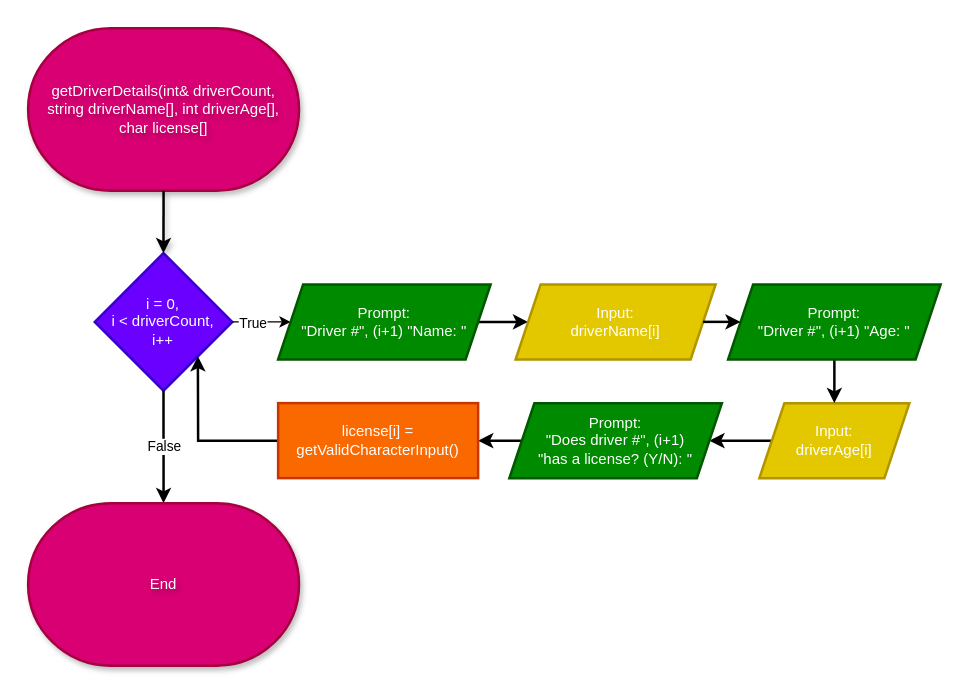
The draw.io diagram Flowcharts (draw.io)/11. getDriverDetails.drawio in shahxvi/csc126-group-project, before the edit. Source tidied: cells renumbered, new cells numbered last; positions are measured from the earlier drawing's top-left corner, leaving out a move shared by most shapes. Both pictures are drawn from the tidied source at 125%, with x=0, y=0 at pixel (28, 28).
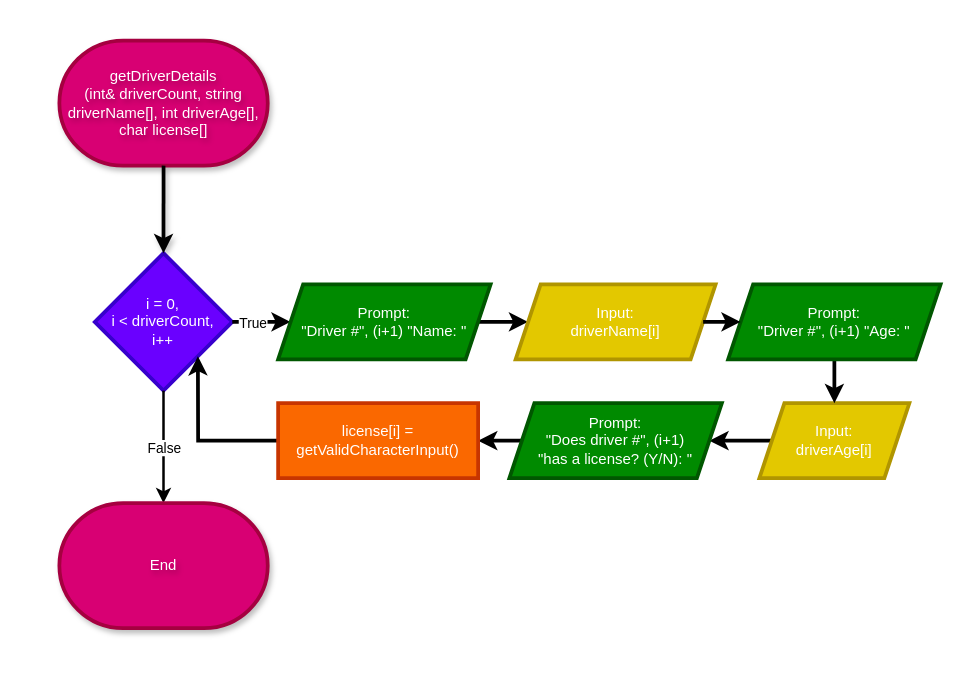
The same diagram, later.

The edit, as a diff of the source:
```diff
@@
-    <mxCell id="2" value="getDriverDetails(int&amp;amp; driverCount,&lt;br&gt;string driverName[], int driverAge[],&lt;br&gt;char license[]" style="strokeWidth=2;html=1;shape=mxgraph.flowchart.terminator;whiteSpace=wrap;fillColor=#d80073;strokeColor=#A50040;shadow=1;fontColor=#ffffff;textShadow=1;spacing=2;" parent="1" vertex="1">
-      <mxGeometry width="216.7" height="130" as="geometry" />
+    <mxCell id="2" value="getDriverDetails&lt;br&gt;(int&amp;amp; driverCount, string driverName[], int driverAge[],&lt;br&gt;char license[]" style="strokeWidth=3;html=1;shape=mxgraph.flowchart.terminator;whiteSpace=wrap;fillColor=#d80073;strokeColor=#A50040;shadow=1;fontColor=#ffffff;textShadow=1;spacing=2;" parent="1" vertex="1">
+      <mxGeometry x="25" y="10" width="166.7" height="100" as="geometry" />
     </mxCell>
-    <mxCell id="3" value="i = 0,&lt;br&gt;i &amp;lt; driverCount,&lt;br&gt;i++" style="rhombus;whiteSpace=wrap;html=1;strokeWidth=2;fillColor=#6a00ff;fontColor=#ffffff;strokeColor=#3700CC;" parent="1" vertex="1">
+    <mxCell id="3" value="i = 0,&lt;br&gt;i &amp;lt; driverCount,&lt;br&gt;i++" style="rhombus;whiteSpace=wrap;html=1;strokeWidth=3;fillColor=#6a00ff;fontColor=#ffffff;strokeColor=#3700CC;" parent="1" vertex="1">
       <mxGeometry x="53.3" y="180" width="110" height="110" as="geometry" />
     </mxCell>
-    <mxCell id="4" style="edgeStyle=none;html=1;strokeWidth=2;shadow=1;textShadow=1;spacing=2;entryX=0.5;entryY=0;entryDx=0;entryDy=0;exitX=0.5;exitY=1;exitDx=0;exitDy=0;exitPerimeter=0;" parent="1" edge="1" source="2" target="3">
+    <mxCell id="4" style="edgeStyle=none;html=1;strokeWidth=3;shadow=1;textShadow=1;spacing=2;entryX=0.5;entryY=0;entryDx=0;entryDy=0;exitX=0.5;exitY=1;exitDx=0;exitDy=0;exitPerimeter=0;" parent="1" edge="1" source="2" target="3">
       <mxGeometry relative="1" as="geometry" />
     </mxCell>
-    <mxCell id="5" style="endArrow=classic;html=1;exitX=1;exitY=0.5;exitDx=0;exitDy=0;entryX=0;entryY=0.5;entryDx=0;entryDy=0;" parent="1" edge="1" source="3" target="10">
+    <mxCell id="5" style="endArrow=classic;html=1;exitX=1;exitY=0.5;exitDx=0;exitDy=0;entryX=0;entryY=0.5;entryDx=0;entryDy=0;strokeWidth=3;" parent="1" edge="1" source="3" target="10">
       <mxGeometry relative="1" as="geometry" />
     </mxCell>
@@
-    <mxCell id="7" style="endArrow=classic;html=1;entryX=0.5;entryY=0;entryDx=0;entryDy=0;entryPerimeter=0;exitX=0.5;exitY=1;exitDx=0;exitDy=0;strokeWidth=2;" parent="1" edge="1" source="3" target="21">
-      <mxGeometry relative="1" as="geometry" />
+    <mxCell id="7" style="endArrow=classic;html=1;entryX=0.5;entryY=0;entryDx=0;entryDy=0;entryPerimeter=0;exitX=0.5;exitY=1;exitDx=0;exitDy=0;strokeWidth=2;" parent="1" edge="1" source="3">
+      <mxGeometry relative="1" as="geometry">
+        <mxPoint x="108.3" y="380" as="targetPoint" />
+      </mxGeometry>
     </mxCell>
@@
-    <mxCell id="9" style="edgeStyle=none;html=1;strokeWidth=2;" parent="1" edge="1" source="10" target="17">
+    <mxCell id="9" style="edgeStyle=none;html=1;strokeWidth=3;" parent="1" edge="1" source="10" target="17">
       <mxGeometry relative="1" as="geometry" />
     </mxCell>
-    <mxCell id="10" value="Prompt:&lt;br&gt;&quot;Driver #&quot;, (i+1) &quot;Name: &quot;" style="shape=parallelogram;perimeter=parallelogramPerimeter;whiteSpace=wrap;html=1;fixedSize=1;strokeWidth=2;fillColor=#008a00;fontColor=#ffffff;strokeColor=#005700;" parent="1" vertex="1">
+    <mxCell id="10" value="Prompt:&lt;br&gt;&quot;Driver #&quot;, (i+1) &quot;Name: &quot;" style="shape=parallelogram;perimeter=parallelogramPerimeter;whiteSpace=wrap;html=1;fixedSize=1;strokeWidth=3;fillColor=#008a00;fontColor=#ffffff;strokeColor=#005700;" parent="1" vertex="1">
       <mxGeometry x="200" y="205" width="170" height="60" as="geometry" />
     </mxCell>
-    <mxCell id="11" style="edgeStyle=none;html=1;strokeWidth=2;" parent="1" edge="1" source="12" target="14">
+    <mxCell id="11" style="edgeStyle=none;html=1;strokeWidth=3;" parent="1" edge="1" source="12" target="14">
       <mxGeometry relative="1" as="geometry" />
     </mxCell>
-    <mxCell id="12" value="Input:&lt;br&gt;driverAge[i]" style="shape=parallelogram;perimeter=parallelogramPerimeter;whiteSpace=wrap;html=1;fixedSize=1;strokeWidth=2;fillColor=#e3c800;fontColor=#FFFFFF;strokeColor=#B09500;" parent="1" vertex="1">
+    <mxCell id="12" value="Input:&lt;br&gt;driverAge[i]" style="shape=parallelogram;perimeter=parallelogramPerimeter;whiteSpace=wrap;html=1;fixedSize=1;strokeWidth=3;fillColor=#e3c800;fontColor=#FFFFFF;strokeColor=#B09500;" parent="1" vertex="1">
       <mxGeometry x="585" y="300" width="120" height="60" as="geometry" />
     </mxCell>
-    <mxCell id="13" style="edgeStyle=none;html=1;strokeWidth=2;" parent="1" edge="1" source="14" target="16">
+    <mxCell id="13" style="edgeStyle=none;html=1;strokeWidth=3;" parent="1" edge="1" source="14" target="16">
       <mxGeometry relative="1" as="geometry" />
     </mxCell>
-    <mxCell id="14" value="Prompt:&lt;br&gt;&quot;Does driver #&quot;, (i+1)&lt;br&gt;&quot;has a license? (Y/N): &quot;" style="shape=parallelogram;perimeter=parallelogramPerimeter;whiteSpace=wrap;html=1;fixedSize=1;strokeWidth=2;fillColor=#008a00;fontColor=#ffffff;strokeColor=#005700;" parent="1" vertex="1">
+    <mxCell id="14" value="Prompt:&lt;br&gt;&quot;Does driver #&quot;, (i+1)&lt;br&gt;&quot;has a license? (Y/N): &quot;" style="shape=parallelogram;perimeter=parallelogramPerimeter;whiteSpace=wrap;html=1;fixedSize=1;strokeWidth=3;fillColor=#008a00;fontColor=#ffffff;strokeColor=#005700;" parent="1" vertex="1">
       <mxGeometry x="385" y="300" width="170" height="60" as="geometry" />
     </mxCell>
-    <mxCell id="15" style="edgeStyle=none;html=1;entryX=1;entryY=1;entryDx=0;entryDy=0;rounded=0;curved=0;strokeWidth=2;" parent="1" edge="1" source="16" target="3">
+    <mxCell id="15" style="edgeStyle=none;html=1;entryX=1;entryY=1;entryDx=0;entryDy=0;rounded=0;curved=0;strokeWidth=3;" parent="1" edge="1" source="16" target="3">
       <mxGeometry relative="1" as="geometry">
         <Array as="points">
           <mxPoint x="136" y="330" />
         </Array>
       </mxGeometry>
     </mxCell>
-    <mxCell id="16" value="license[i] = getValidCharacterInput()" style="whiteSpace=wrap;html=1;strokeWidth=2;fillColor=#fa6800;fontColor=#FFFFFF;strokeColor=#C73500;" parent="1" vertex="1">
+    <mxCell id="16" value="license[i] = getValidCharacterInput()" style="whiteSpace=wrap;html=1;strokeWidth=3;fillColor=#fa6800;fontColor=#FFFFFF;strokeColor=#C73500;" parent="1" vertex="1">
       <mxGeometry x="200" y="300" width="160" height="60" as="geometry" />
     </mxCell>
-    <mxCell id="17" value="Input:&lt;br&gt;driverName[i]" style="shape=parallelogram;perimeter=parallelogramPerimeter;whiteSpace=wrap;html=1;fixedSize=1;strokeWidth=2;fillColor=#e3c800;fontColor=light-dark(#ffffff, #ededed);strokeColor=#B09500;" parent="1" vertex="1">
+    <mxCell id="17" value="Input:&lt;br&gt;driverName[i]" style="shape=parallelogram;perimeter=parallelogramPerimeter;whiteSpace=wrap;html=1;fixedSize=1;strokeWidth=3;fillColor=#e3c800;fontColor=light-dark(#ffffff, #ededed);strokeColor=#B09500;" parent="1" vertex="1">
       <mxGeometry x="390" y="205" width="160" height="60" as="geometry" />
     </mxCell>
-    <mxCell id="18" style="edgeStyle=none;html=1;strokeWidth=2;" parent="1" edge="1" source="19" target="12">
+    <mxCell id="18" style="edgeStyle=none;html=1;strokeWidth=3;" parent="1" edge="1" source="19" target="12">
       <mxGeometry relative="1" as="geometry" />
     </mxCell>
-    <mxCell id="19" value="Prompt:&lt;br&gt;&quot;Driver #&quot;, (i+1) &quot;Age: &quot;" style="shape=parallelogram;perimeter=parallelogramPerimeter;whiteSpace=wrap;html=1;fixedSize=1;strokeWidth=2;fillColor=#008a00;fontColor=#ffffff;strokeColor=#005700;" parent="1" vertex="1">
+    <mxCell id="19" value="Prompt:&lt;br&gt;&quot;Driver #&quot;, (i+1) &quot;Age: &quot;" style="shape=parallelogram;perimeter=parallelogramPerimeter;whiteSpace=wrap;html=1;fixedSize=1;strokeWidth=3;fillColor=#008a00;fontColor=#ffffff;strokeColor=#005700;" parent="1" vertex="1">
       <mxGeometry x="560" y="205" width="170" height="60" as="geometry" />
     </mxCell>
-    <mxCell id="20" style="edgeStyle=none;jettySize=auto;html=1;exitX=1;exitY=0.5;exitDx=0;exitDy=0;entryX=0;entryY=0.5;entryDx=0;entryDy=0;strokeWidth=2;" parent="1" edge="1" source="17" target="19">
+    <mxCell id="20" style="edgeStyle=none;jettySize=auto;html=1;exitX=1;exitY=0.5;exitDx=0;exitDy=0;entryX=0;entryY=0.5;entryDx=0;entryDy=0;strokeWidth=3;" parent="1" edge="1" source="17" target="19">
       <mxGeometry relative="1" as="geometry" />
     </mxCell>
-    <mxCell id="21" value="End" style="strokeWidth=2;html=1;shape=mxgraph.flowchart.terminator;whiteSpace=wrap;fillColor=#d80073;strokeColor=#A50040;shadow=1;fontColor=#ffffff;textShadow=1;spacing=2;" parent="1" vertex="1">
-      <mxGeometry y="380" width="216.7" height="130" as="geometry" />
+    <mxCell id="21" value="End" style="strokeWidth=3;html=1;shape=mxgraph.flowchart.terminator;whiteSpace=wrap;fillColor=#d80073;strokeColor=#A50040;shadow=1;fontColor=#ffffff;textShadow=1;spacing=2;" parent="1" vertex="1">
+      <mxGeometry x="25" y="380" width="166.7" height="100" as="geometry" />
     </mxCell>
```
